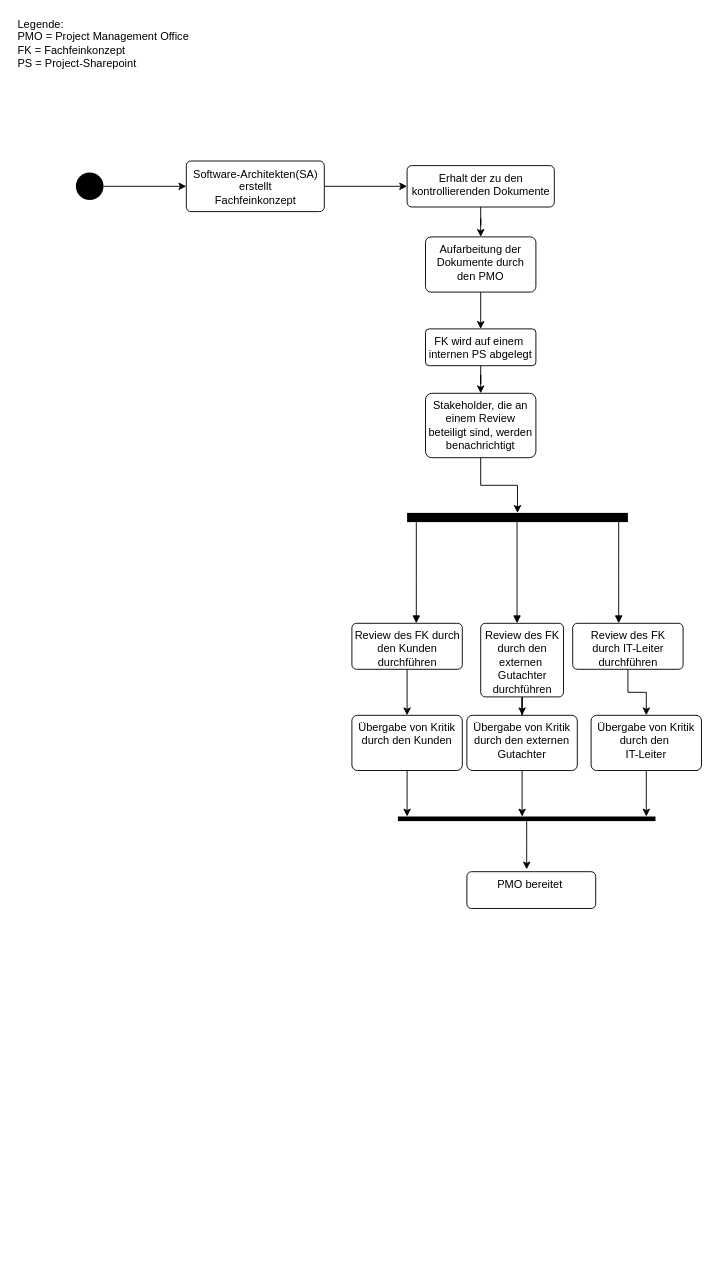
Before: Untitled Diagram.drawio in nfried2s/Studentofhbrs, a draw.io diagram. Source tidied: cells renumbered, new cells numbered last; positions are measured from the earlier drawing's top-left corner, leaving out a move shared by most shapes. Both pictures are drawn from the tidied source at 92%, with x=0, y=0 at pixel (16, 16).
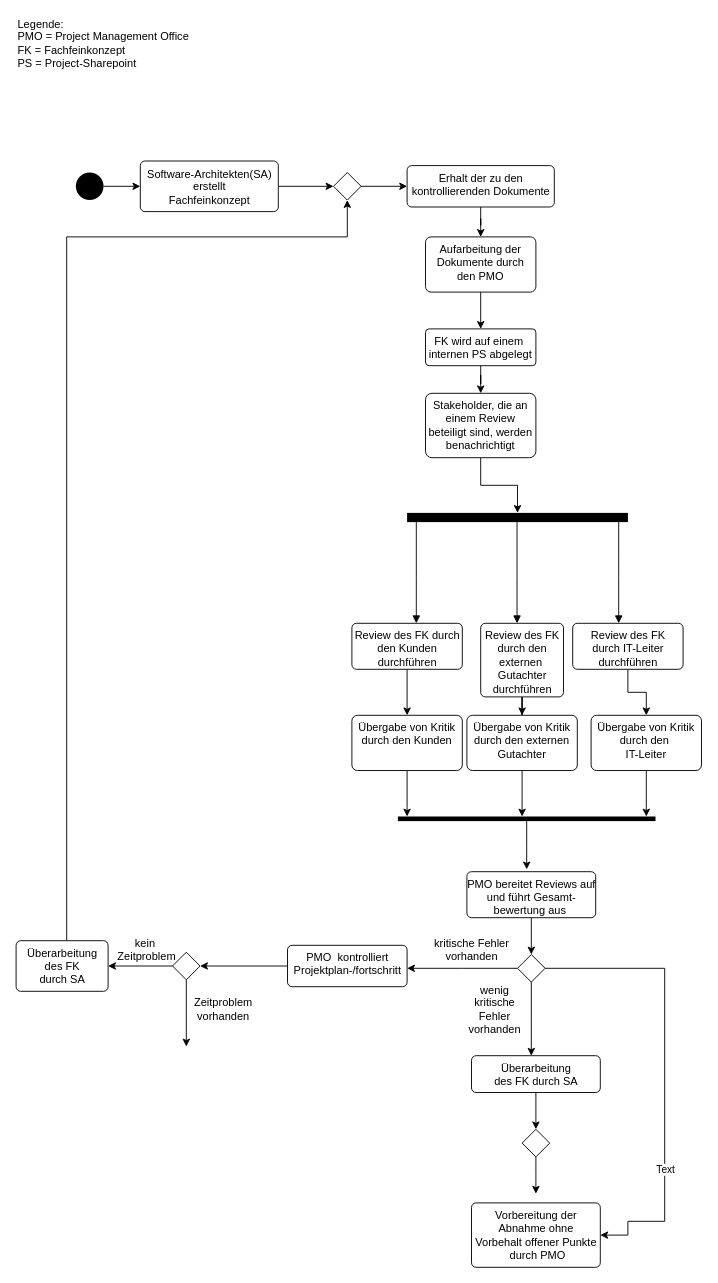
After the change.

Unchanged cells that the change refers to:
```xml
<mxCell id="7" value="Erhalt der zu den &lt;br&gt;kontrollierenden Dokumente" style="html=1;align=center;verticalAlign=top;rounded=1;absoluteArcSize=1;arcSize=10;dashed=0;" parent="1" vertex="1">
  <mxGeometry x="425" y="162.5" width="160" height="45" as="geometry" />
</mxCell>
```

Diff of the diagram source:
```diff
@@
-    <mxCell id="4" style="edgeStyle=orthogonalEdgeStyle;rounded=0;jettySize=auto;html=1;" parent="1" edge="1" source="5" target="7">
-      <mxGeometry relative="1" as="geometry" />
-    </mxCell>
+    <mxCell id="34" style="edgeStyle=orthogonalEdgeStyle;rounded=0;jettySize=auto;html=1;" parent="1" edge="1" source="5" target="43">
+      <mxGeometry relative="1" as="geometry" />
+    </mxCell>
     <mxCell id="5" value="Software-Architekten(SA)&lt;br&gt;erstellt&lt;br&gt;Fachfeinkonzept" style="html=1;align=center;verticalAlign=top;rounded=1;absoluteArcSize=1;arcSize=10;dashed=0;" parent="1" vertex="1">
-      <mxGeometry x="185" y="157.5" width="150" height="55" as="geometry" />
+      <mxGeometry x="135" y="157.5" width="150" height="55" as="geometry" />
     </mxCell>
@@
+    <mxCell id="35" style="edgeStyle=orthogonalEdgeStyle;rounded=0;jettySize=auto;html=1;" parent="1" edge="1" source="33" target="40">
+      <mxGeometry relative="1" as="geometry" />
+    </mxCell>
-    <mxCell id="33" value="PMO bereitet&amp;nbsp;" style="html=1;align=center;verticalAlign=top;rounded=1;absoluteArcSize=1;arcSize=10;dashed=0;" parent="1" vertex="1">
-      <mxGeometry x="490" y="930" width="140" height="40" as="geometry" />
+    <mxCell id="33" value="PMO bereitet Reviews auf&lt;br&gt;und führt Gesamt-&lt;br&gt;bewertung aus&amp;nbsp;" style="html=1;align=center;verticalAlign=top;rounded=1;absoluteArcSize=1;arcSize=10;dashed=0;" parent="1" vertex="1">
+      <mxGeometry x="490" y="930" width="140" height="50" as="geometry" />
     </mxCell>
+    <mxCell id="36" style="edgeStyle=orthogonalEdgeStyle;rounded=0;jettySize=auto;html=1;" parent="1" edge="1" source="40">
+      <mxGeometry relative="1" as="geometry">
+        <mxPoint x="425" y="1035" as="targetPoint" />
+      </mxGeometry>
+    </mxCell>
+    <mxCell id="37" style="edgeStyle=orthogonalEdgeStyle;rounded=0;jettySize=auto;html=1;" parent="1" edge="1" source="40">
+      <mxGeometry relative="1" as="geometry">
+        <mxPoint x="560" y="1130" as="targetPoint" />
+      </mxGeometry>
+    </mxCell>
+    <mxCell id="38" style="edgeStyle=orthogonalEdgeStyle;rounded=0;jettySize=auto;html=1;entryX=1;entryY=0.5;entryDx=0;entryDy=0;" parent="1" edge="1" source="40" target="57">
+      <mxGeometry relative="1" as="geometry">
+        <Array as="points">
+          <mxPoint x="705" y="1035" />
+          <mxPoint x="705" y="1310" />
+          <mxPoint x="665" y="1310" />
+          <mxPoint x="665" y="1325" />
+        </Array>
+      </mxGeometry>
+    </mxCell>
+    <mxCell id="39" value="Text" style="edgeLabel;html=1;align=center;verticalAlign=middle;" parent="38" vertex="1">
+      <mxGeometry x="0.42" relative="1" as="geometry" />
+    </mxCell>
+    <mxCell id="40" style="rhombus;" parent="1" vertex="1">
+      <mxGeometry x="545" y="1020" width="30" height="30" as="geometry" />
+    </mxCell>
+    <mxCell id="41" value="kritische Fehler&lt;br&gt;vorhanden" style="text;html=1;align=center;verticalAlign=middle;" parent="1" vertex="1">
+      <mxGeometry x="445" y="1000" width="100" height="30" as="geometry" />
+    </mxCell>
+    <mxCell id="42" style="edgeStyle=orthogonalEdgeStyle;rounded=0;jettySize=auto;html=1;" parent="1" edge="1" source="43" target="7">
+      <mxGeometry relative="1" as="geometry" />
+    </mxCell>
+    <mxCell id="43" style="rhombus;" parent="1" vertex="1">
+      <mxGeometry x="345" y="170" width="30" height="30" as="geometry" />
+    </mxCell>
+    <mxCell id="44" style="edgeStyle=orthogonalEdgeStyle;rounded=0;jettySize=auto;html=1;entryX=0.5;entryY=1;entryDx=0;entryDy=0;" parent="1" edge="1" source="45" target="43">
+      <mxGeometry relative="1" as="geometry">
+        <Array as="points">
+          <mxPoint x="55" y="240" />
+          <mxPoint x="360" y="240" />
+        </Array>
+      </mxGeometry>
+    </mxCell>
+    <mxCell id="45" value="Überarbeitung&lt;br&gt;des FK&lt;br&gt;durch SA" style="html=1;align=center;verticalAlign=top;rounded=1;absoluteArcSize=1;arcSize=10;dashed=0;" parent="1" vertex="1">
+      <mxGeometry y="1005" width="100" height="55" as="geometry" />
+    </mxCell>
+    <mxCell id="46" style="edgeStyle=orthogonalEdgeStyle;rounded=0;jettySize=auto;html=1;" parent="1" edge="1" source="47" target="50">
+      <mxGeometry relative="1" as="geometry" />
+    </mxCell>
+    <mxCell id="47" value="PMO&amp;nbsp; kontrolliert&lt;br&gt;Projektplan-/fortschritt" style="html=1;align=center;verticalAlign=top;rounded=1;absoluteArcSize=1;arcSize=10;dashed=0;" parent="1" vertex="1">
+      <mxGeometry x="295" y="1010" width="130" height="45" as="geometry" />
+    </mxCell>
+    <mxCell id="48" style="edgeStyle=orthogonalEdgeStyle;rounded=0;jettySize=auto;html=1;" parent="1" edge="1" source="50" target="45">
+      <mxGeometry relative="1" as="geometry" />
+    </mxCell>
+    <mxCell id="49" style="edgeStyle=orthogonalEdgeStyle;rounded=0;jettySize=auto;html=1;" parent="1" edge="1" source="50">
+      <mxGeometry relative="1" as="geometry">
+        <mxPoint x="185" y="1120" as="targetPoint" />
+      </mxGeometry>
+    </mxCell>
+    <mxCell id="50" style="rhombus;" parent="1" vertex="1">
+      <mxGeometry x="170" y="1017.5" width="30" height="30" as="geometry" />
+    </mxCell>
+    <mxCell id="51" value="kein&lt;br&gt;&amp;nbsp;Zeitproblem" style="text;html=1;align=center;verticalAlign=middle;" parent="1" vertex="1">
+      <mxGeometry x="100" y="1000" width="80" height="30" as="geometry" />
+    </mxCell>
+    <mxCell id="52" value="wenig&lt;br&gt;kritische&lt;br&gt;Fehler&lt;br&gt;vorhanden" style="text;html=1;align=center;verticalAlign=middle;" parent="1" vertex="1">
+      <mxGeometry x="485" y="1050" width="70" height="60" as="geometry" />
+    </mxCell>
+    <mxCell id="53" style="edgeStyle=orthogonalEdgeStyle;rounded=0;jettySize=auto;html=1;" parent="1" edge="1" source="54">
+      <mxGeometry relative="1" as="geometry">
+        <mxPoint x="565" y="1210" as="targetPoint" />
+      </mxGeometry>
+    </mxCell>
+    <mxCell id="54" value="Überarbeitung&lt;br&gt;des FK durch SA" style="html=1;align=center;verticalAlign=top;rounded=1;absoluteArcSize=1;arcSize=10;dashed=0;" parent="1" vertex="1">
+      <mxGeometry x="495" y="1130" width="140" height="40" as="geometry" />
+    </mxCell>
+    <mxCell id="55" style="edgeStyle=orthogonalEdgeStyle;rounded=0;jettySize=auto;html=1;" parent="1" edge="1" source="56">
+      <mxGeometry relative="1" as="geometry">
+        <mxPoint x="565" y="1280" as="targetPoint" />
+      </mxGeometry>
+    </mxCell>
+    <mxCell id="56" style="rhombus;" parent="1" vertex="1">
+      <mxGeometry x="550" y="1210" width="30" height="30" as="geometry" />
+    </mxCell>
+    <mxCell id="57" value="Vorbereitung der&lt;br&gt;Abnahme ohne&lt;br&gt;Vorbehalt offener Punkte&lt;br&gt;&amp;nbsp;durch PMO" style="html=1;align=center;verticalAlign=top;rounded=1;absoluteArcSize=1;arcSize=10;dashed=0;" parent="1" vertex="1">
+      <mxGeometry x="495" y="1290" width="140" height="70" as="geometry" />
+    </mxCell>
+    <mxCell id="58" value="Zeitproblem&lt;br&gt;vorhanden" style="text;html=1;align=center;verticalAlign=middle;" parent="1" vertex="1">
+      <mxGeometry x="185" y="1065" width="80" height="30" as="geometry" />
+    </mxCell>
```
